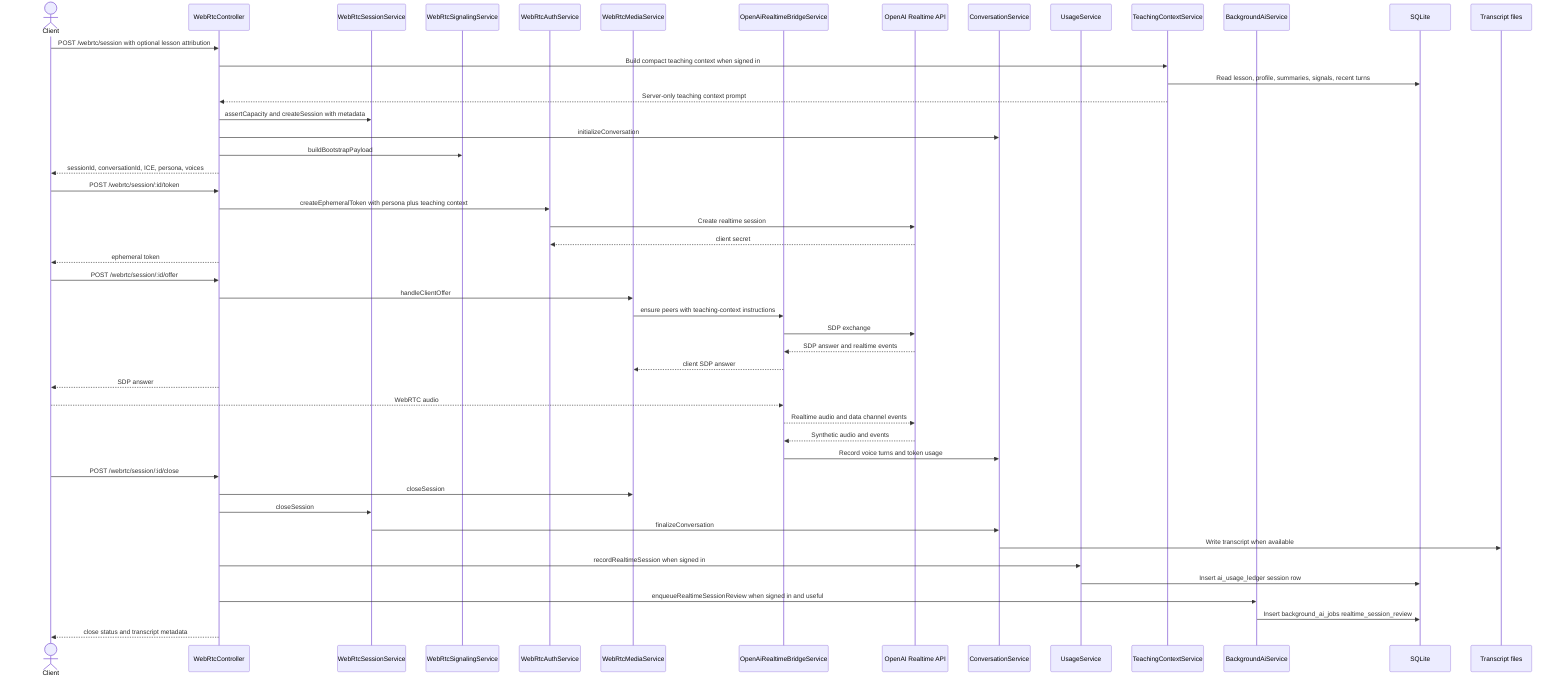
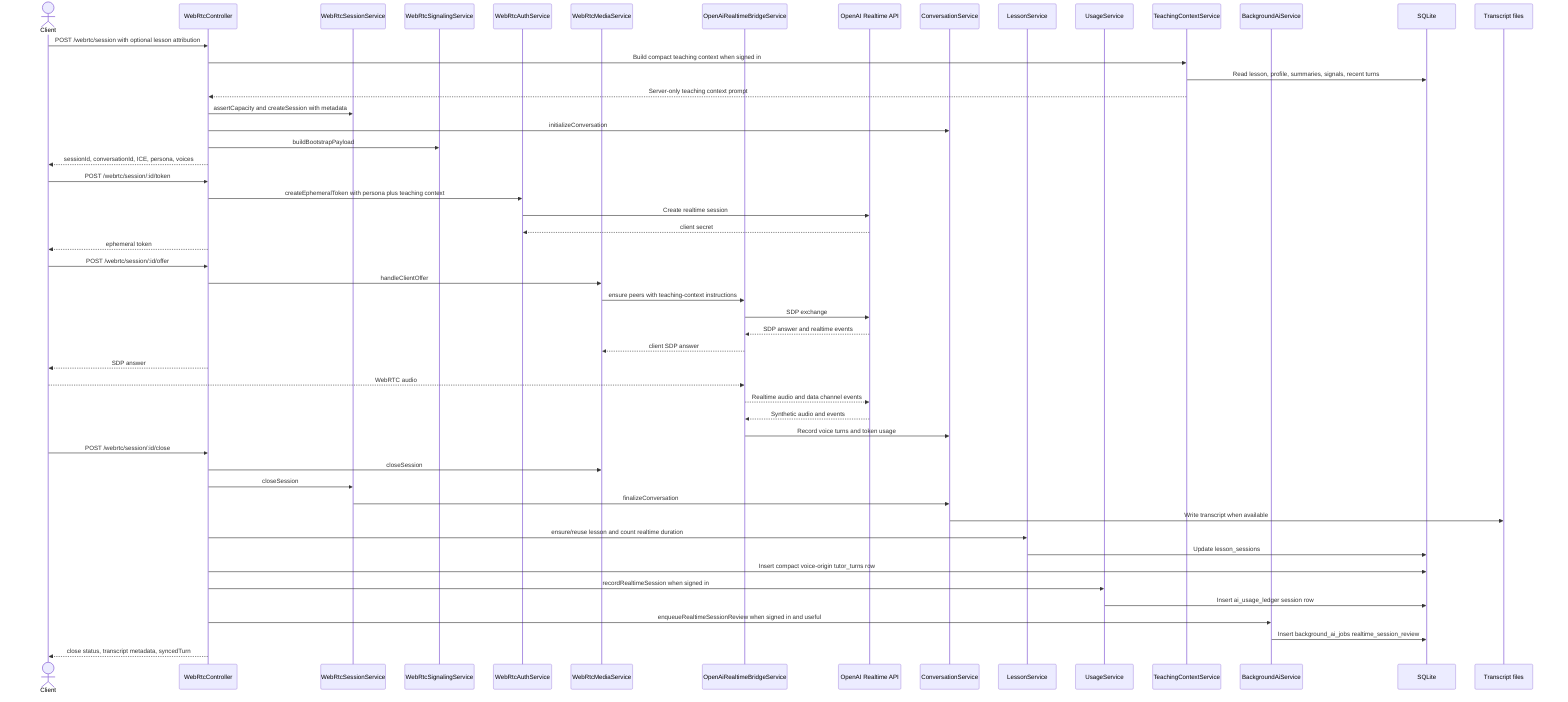
sequenceDiagram
  actor Client
  participant API as WebRtcController
  participant Sessions as WebRtcSessionService
  participant Signaling as WebRtcSignalingService
  participant Auth as WebRtcAuthService
  participant Media as WebRtcMediaService
  participant Bridge as OpenAiRealtimeBridgeService
  participant Provider as OpenAI Realtime API
  participant Conv as ConversationService
+   participant Lesson as LessonService
  participant Usage as UsageService
  participant Context as TeachingContextService
  participant Background as BackgroundAiService
  participant DB as SQLite
  participant Logs as Transcript files

  Client->>API: POST /webrtc/session with optional lesson attribution
  API->>Context: Build compact teaching context when signed in
  Context->>DB: Read lesson, profile, summaries, signals, recent turns
  Context-->>API: Server-only teaching context prompt
  API->>Sessions: assertCapacity and createSession with metadata
  API->>Conv: initializeConversation
  API->>Signaling: buildBootstrapPayload
  API-->>Client: sessionId, conversationId, ICE, persona, voices
  Client->>API: POST /webrtc/session/:id/token
  API->>Auth: createEphemeralToken with persona plus teaching context
  Auth->>Provider: Create realtime session
  Provider-->>Auth: client secret
  API-->>Client: ephemeral token
  Client->>API: POST /webrtc/session/:id/offer
  API->>Media: handleClientOffer
  Media->>Bridge: ensure peers with teaching-context instructions
  Bridge->>Provider: SDP exchange
  Provider-->>Bridge: SDP answer and realtime events
  Bridge-->>Media: client SDP answer
  API-->>Client: SDP answer
  Client-->>Bridge: WebRTC audio
  Bridge-->>Provider: Realtime audio and data channel events
  Provider-->>Bridge: Synthetic audio and events
  Bridge->>Conv: Record voice turns and token usage
  Client->>API: POST /webrtc/session/:id/close
  API->>Media: closeSession
  API->>Sessions: closeSession
  Sessions->>Conv: finalizeConversation
  Conv->>Logs: Write transcript when available
+   API->>Lesson: ensure/reuse lesson and count realtime duration
+   Lesson->>DB: Update lesson_sessions
+   API->>DB: Insert compact voice-origin tutor_turns row
  API->>Usage: recordRealtimeSession when signed in
  Usage->>DB: Insert ai_usage_ledger session row
  API->>Background: enqueueRealtimeSessionReview when signed in and useful
  Background->>DB: Insert background_ai_jobs realtime_session_review
-   API-->>Client: close status and transcript metadata
+   API-->>Client: close status, transcript metadata, syncedTurn
